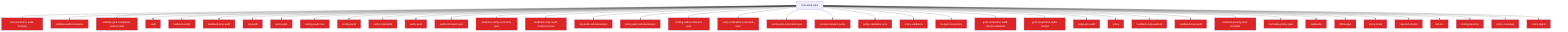
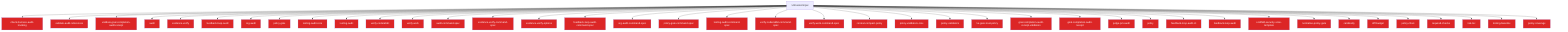
flowchart TD
  Untrusted["Untrusted input"]
  check_harness_audit_tracking_33e6a72e["check-harness-audit-tracking"]
  Untrusted --> check_harness_audit_tracking_33e6a72e
  validate_audit_references_811f872a["validate-audit-references"]
  Untrusted --> validate_audit_references_811f872a
  validate_goal_completion_audit_receipt_100d252c["validate-goal-completion-audit-receipt"]
  Untrusted --> validate_goal_completion_audit_receipt_100d252c
  audit_b81f37a0["audit"]
  Untrusted --> audit_b81f37a0
  evidence_verify_3b73c290["evidence-verify"]
  Untrusted --> evidence_verify_3b73c290
  feedback_loop_audit_0ac0ec9d["feedback-loop-audit"]
  Untrusted --> feedback_loop_audit_0ac0ec9d
  org_audit_d739e44b["org-audit"]
  Untrusted --> org_audit_d739e44b
  policy_gate_213f7313["policy-gate"]
  Untrusted --> policy_gate_213f7313
  tooling_audit_core_328d6a41["tooling-audit-core"]
  Untrusted --> tooling_audit_core_328d6a41
  tooling_audit_8a8239ff["tooling-audit"]
  Untrusted --> tooling_audit_8a8239ff
  verify_coderabbit_490b4e71["verify-coderabbit"]
  Untrusted --> verify_coderabbit_490b4e71
  verify_work_df70ecac["verify-work"]
  Untrusted --> verify_work_df70ecac
  audit_command_spec_5acf0149["audit-command-spec"]
  Untrusted --> audit_command_spec_5acf0149
  evidence_verify_command_spec_e1cbfea2["evidence-verify-command-spec"]
  Untrusted --> evidence_verify_command_spec_e1cbfea2
+   evidence_verify_options_3505c520["evidence-verify-options"]
+   Untrusted --> evidence_verify_options_3505c520
  feedback_loop_audit_command_spec_27e599c4["feedback-loop-audit-command-spec"]
  Untrusted --> feedback_loop_audit_command_spec_27e599c4
  org_audit_command_spec_1a570341["org-audit-command-spec"]
  Untrusted --> org_audit_command_spec_1a570341
  policy_gate_command_spec_71e8726a["policy-gate-command-spec"]
  Untrusted --> policy_gate_command_spec_71e8726a
  tooling_audit_command_spec_e0e57863["tooling-audit-command-spec"]
  Untrusted --> tooling_audit_command_spec_e0e57863
  verify_coderabbit_command_spec_68cc9ec5["verify-coderabbit-command-spec"]
  Untrusted --> verify_coderabbit_command_spec_68cc9ec5
  verify_work_command_spec_d6c94ac8["verify-work-command-spec"]
  Untrusted --> verify_work_command_spec_d6c94ac8
  context_compact_policy_3dcaf95d["context-compact-policy"]
  Untrusted --> context_compact_policy_3dcaf95d
  policy_validators_core_714a3fe7["policy-validators-core"]
  Untrusted --> policy_validators_core_714a3fe7
  policy_validators_6682e192["policy-validators"]
  Untrusted --> policy_validators_6682e192
  he_gate_trust_policy_b1126dfd["he-gate-trust-policy"]
  Untrusted --> he_gate_trust_policy_b1126dfd
  goal_completion_audit_receipt_validation_9d0f4891["goal-completion-audit-receipt-validation"]
  Untrusted --> goal_completion_audit_receipt_validation_9d0f4891
  goal_completion_audit_receipt_5e4939c3["goal-completion-audit-receipt"]
  Untrusted --> goal_completion_audit_receipt_5e4939c3
  judge_pm_audit_ccd20b35["judge-pm-audit"]
  Untrusted --> judge_pm_audit_ccd20b35
  policy_823412d1["policy"]
  Untrusted --> policy_823412d1
  feedback_loop_audit_cli_fd8f38dc["feedback-loop-audit-cli"]
  Untrusted --> feedback_loop_audit_cli_fd8f38dc
  feedback_loop_audit_1_c7be4304["feedback-loop-audit"]
  Untrusted --> feedback_loop_audit_1_c7be4304
  scaffold_security_scan_template_55bc7465["scaffold-security-scan-template"]
  Untrusted --> scaffold_security_scan_template_55bc7465
  normalise_policy_gate_90229693["normalise-policy-gate"]
  Untrusted --> normalise_policy_gate_90229693
  cardinality_ebef8aff["cardinality"]
  Untrusted --> cardinality_ebef8aff
  diff_budget_1_9f85eb1c["diff-budget"]
  Untrusted --> diff_budget_1_9f85eb1c
  policy_chain_0c92e343["policy-chain"]
  Untrusted --> policy_chain_0c92e343
  required_checks_46396214["required-checks"]
  Untrusted --> required_checks_46396214
  risk_tier_1_96b6ff91["risk-tier"]
  Untrusted --> risk_tier_1_96b6ff91
  tooling_baseline_50ab2eeb["tooling-baseline"]
  Untrusted --> tooling_baseline_50ab2eeb
  policy_coverage_dab8febe["policy-coverage"]
  Untrusted --> policy_coverage_dab8febe
-   policy_digest_ca7acf0a["policy-digest"]
-   Untrusted --> policy_digest_ca7acf0a
  classDef securityNode fill:#dc2626,color:#fff
-   class check_harness_audit_tracking_33e6a72e,validate_audit_references_811f872a,validate_goal_completion_audit_receipt_100d252c,audit_b81f37a0,evidence_verify_3b73c290,feedback_loop_audit_0ac0ec9d,org_audit_d739e44b,policy_gate_213f7313,tooling_audit_core_328d6a41,tooling_audit_8a8239ff,verify_coderabbit_490b4e71,verify_work_df70ecac,audit_command_spec_5acf0149,evidence_verify_command_spec_e1cbfea2,feedback_loop_audit_command_spec_27e599c4,org_audit_command_spec_1a570341,policy_gate_command_spec_71e8726a,tooling_audit_command_spec_e0e57863,verify_coderabbit_command_spec_68cc9ec5,verify_work_command_spec_d6c94ac8,context_compact_policy_3dcaf95d,policy_validators_core_714a3fe7,policy_validators_6682e192,he_gate_trust_policy_b1126dfd,goal_completion_audit_receipt_validation_9d0f4891,goal_completion_audit_receipt_5e4939c3,judge_pm_audit_ccd20b35,policy_823412d1,feedback_loop_audit_cli_fd8f38dc,feedback_loop_audit_1_c7be4304,scaffold_security_scan_template_55bc7465,normalise_policy_gate_90229693,cardinality_ebef8aff,diff_budget_1_9f85eb1c,policy_chain_0c92e343,required_checks_46396214,risk_tier_1_96b6ff91,tooling_baseline_50ab2eeb,policy_coverage_dab8febe,policy_digest_ca7acf0a securityNode
+   class check_harness_audit_tracking_33e6a72e,validate_audit_references_811f872a,validate_goal_completion_audit_receipt_100d252c,audit_b81f37a0,evidence_verify_3b73c290,feedback_loop_audit_0ac0ec9d,org_audit_d739e44b,policy_gate_213f7313,tooling_audit_core_328d6a41,tooling_audit_8a8239ff,verify_coderabbit_490b4e71,verify_work_df70ecac,audit_command_spec_5acf0149,evidence_verify_command_spec_e1cbfea2,evidence_verify_options_3505c520,feedback_loop_audit_command_spec_27e599c4,org_audit_command_spec_1a570341,policy_gate_command_spec_71e8726a,tooling_audit_command_spec_e0e57863,verify_coderabbit_command_spec_68cc9ec5,verify_work_command_spec_d6c94ac8,context_compact_policy_3dcaf95d,policy_validators_core_714a3fe7,policy_validators_6682e192,he_gate_trust_policy_b1126dfd,goal_completion_audit_receipt_validation_9d0f4891,goal_completion_audit_receipt_5e4939c3,judge_pm_audit_ccd20b35,policy_823412d1,feedback_loop_audit_cli_fd8f38dc,feedback_loop_audit_1_c7be4304,scaffold_security_scan_template_55bc7465,normalise_policy_gate_90229693,cardinality_ebef8aff,diff_budget_1_9f85eb1c,policy_chain_0c92e343,required_checks_46396214,risk_tier_1_96b6ff91,tooling_baseline_50ab2eeb,policy_coverage_dab8febe securityNode
